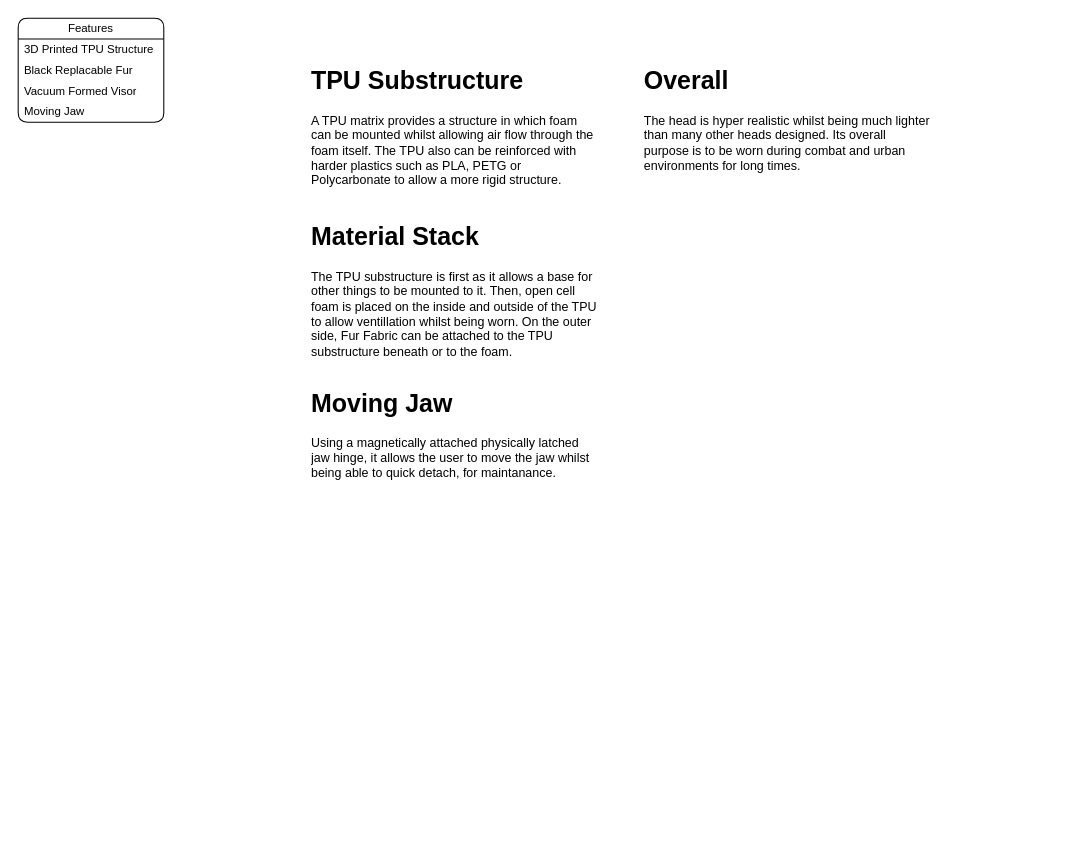
Cyberspecies/Crow-Head keeps this draw.io diagram as page "Hardware" (3 of 6) of Documents/Diagram.drawio. Above is the earlier version. Source tidied: cells renumbered, new cells numbered last; positions are measured from the earlier drawing's top-left corner, leaving out a move shared by most shapes. Both pictures are drawn from the tidied source at 104%, with x=0, y=0 at pixel (18, 18).
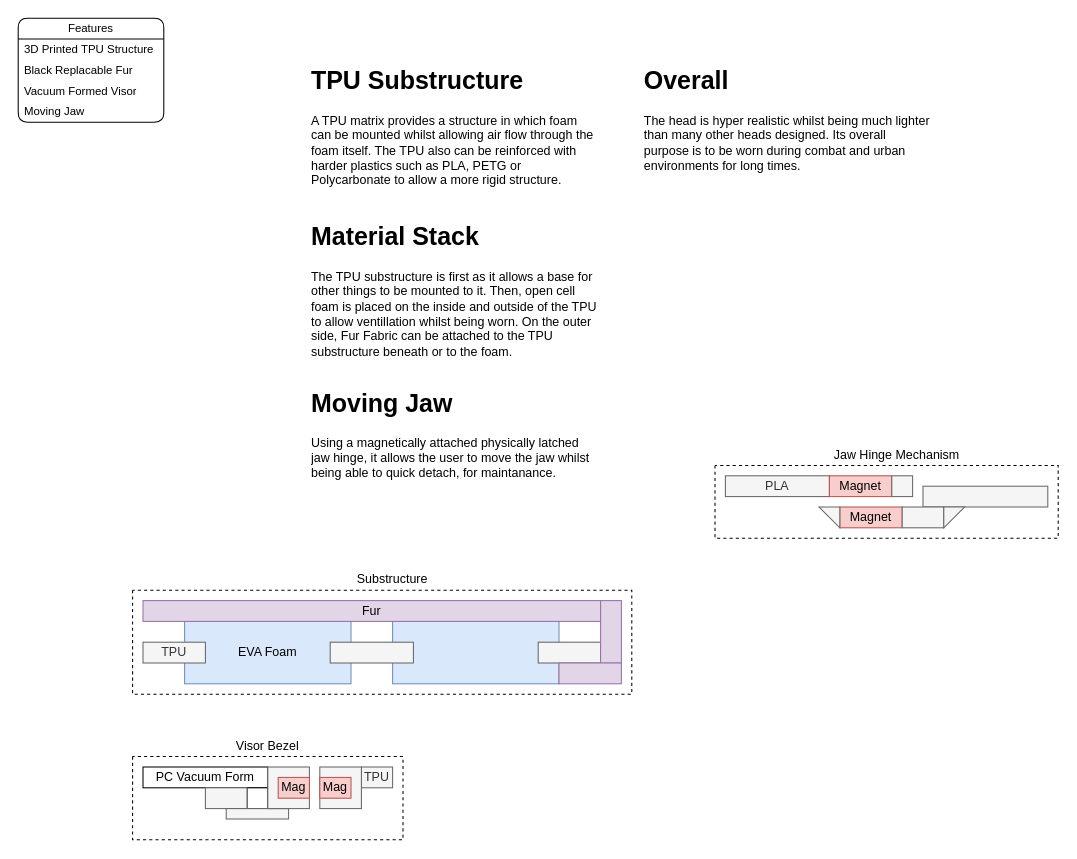
After the change.

Commit message:
Added diagram representations of hardware features

What changed in the source:
```diff
@@
+    <mxCell id="11" style="rounded=0;whiteSpace=wrap;html=1;fillColor=#dae8fc;strokeColor=#6c8ebf;" parent="1" vertex="1">
+      <mxGeometry x="360" y="580" width="160" height="60" as="geometry" />
+    </mxCell>
+    <mxCell id="12" value="EVA Foam" style="rounded=0;whiteSpace=wrap;html=1;fillColor=#dae8fc;strokeColor=#6c8ebf;" parent="1" vertex="1">
+      <mxGeometry x="160" y="580" width="160" height="60" as="geometry" />
+    </mxCell>
@@
+    <mxCell id="13" value="TPU" style="rounded=0;whiteSpace=wrap;html=1;fillColor=#f5f5f5;fontColor=#333333;strokeColor=#666666;" parent="1" vertex="1">
+      <mxGeometry x="120" y="600" width="60" height="20" as="geometry" />
+    </mxCell>
+    <mxCell id="14" style="rounded=0;whiteSpace=wrap;html=1;fillColor=#f5f5f5;fontColor=#333333;strokeColor=#666666;" parent="1" vertex="1">
+      <mxGeometry x="300" y="600" width="80" height="20" as="geometry" />
+    </mxCell>
+    <mxCell id="15" style="rounded=0;whiteSpace=wrap;html=1;fillColor=#f5f5f5;fontColor=#333333;strokeColor=#666666;" parent="1" vertex="1">
+      <mxGeometry x="500" y="600" width="60" height="20" as="geometry" />
+    </mxCell>
+    <mxCell id="16" value="Substructure" style="text;html=1;align=center;verticalAlign=middle;whiteSpace=wrap;rounded=0;" parent="1" vertex="1">
+      <mxGeometry x="320" y="530" width="80" height="20" as="geometry" />
+    </mxCell>
+    <mxCell id="17" value="Fur" style="rounded=0;whiteSpace=wrap;html=1;fillColor=#e1d5e7;strokeColor=#9673a6;" parent="1" vertex="1">
+      <mxGeometry x="120" y="560" width="440" height="20" as="geometry" />
+    </mxCell>
+    <mxCell id="18" value="TPU" style="rounded=0;whiteSpace=wrap;html=1;fillColor=#f5f5f5;fontColor=#333333;strokeColor=#666666;" parent="1" vertex="1">
+      <mxGeometry x="330" y="720" width="30" height="20" as="geometry" />
+    </mxCell>
+    <mxCell id="19" value="PC Vacuum Form" style="rounded=0;whiteSpace=wrap;html=1;" parent="1" vertex="1">
+      <mxGeometry x="120" y="720" width="120" height="20" as="geometry" />
+    </mxCell>
+    <mxCell id="20" style="rounded=0;whiteSpace=wrap;html=1;" parent="1" vertex="1">
+      <mxGeometry x="220" y="740" width="20" height="20" as="geometry" />
+    </mxCell>
+    <mxCell id="21" style="rounded=0;whiteSpace=wrap;html=1;fillColor=#e1d5e7;strokeColor=#9673a6;" parent="1" vertex="1">
+      <mxGeometry x="560" y="560" width="20" height="60" as="geometry" />
+    </mxCell>
+    <mxCell id="22" style="rounded=0;whiteSpace=wrap;html=1;fillColor=#e1d5e7;strokeColor=#9673a6;" parent="1" vertex="1">
+      <mxGeometry x="520" y="620" width="60" height="20" as="geometry" />
+    </mxCell>
+    <mxCell id="23" value="PLA" style="rounded=0;whiteSpace=wrap;html=1;fillColor=#f5f5f5;fontColor=#333333;strokeColor=#666666;" parent="1" vertex="1">
+      <mxGeometry x="680" y="440" width="100" height="20" as="geometry" />
+    </mxCell>
+    <mxCell id="24" value="Magnet" style="rounded=0;whiteSpace=wrap;html=1;fillColor=#f8cecc;strokeColor=#b85450;" parent="1" vertex="1">
+      <mxGeometry x="780" y="440" width="60" height="20" as="geometry" />
+    </mxCell>
+    <mxCell id="25" style="rounded=0;whiteSpace=wrap;html=1;fillColor=#f5f5f5;fontColor=#333333;strokeColor=#666666;" parent="1" vertex="1">
+      <mxGeometry x="840" y="440" width="20" height="20" as="geometry" />
+    </mxCell>
+    <mxCell id="26" style="rounded=0;whiteSpace=wrap;html=1;fillColor=#f5f5f5;fontColor=#333333;strokeColor=#666666;" parent="1" vertex="1">
+      <mxGeometry x="870" y="450" width="120" height="20" as="geometry" />
+    </mxCell>
+    <mxCell id="27" value="Magnet" style="rounded=0;whiteSpace=wrap;html=1;fillColor=#f8cecc;strokeColor=#b85450;" parent="1" vertex="1">
+      <mxGeometry x="790" y="470" width="60" height="20" as="geometry" />
+    </mxCell>
+    <mxCell id="28" style="rounded=0;whiteSpace=wrap;html=1;fillColor=#f5f5f5;fontColor=#333333;strokeColor=#666666;" parent="1" vertex="1">
+      <mxGeometry x="850" y="470" width="40" height="20" as="geometry" />
+    </mxCell>
+    <mxCell id="29" style="shape=card;whiteSpace=wrap;html=1;direction=north;size=20;fillColor=#f5f5f5;fontColor=#333333;strokeColor=#666666;" parent="1" vertex="1">
+      <mxGeometry x="770" y="470" width="20" height="20" as="geometry" />
+    </mxCell>
+    <mxCell id="30" style="shape=card;whiteSpace=wrap;html=1;direction=west;size=20;fillColor=#f5f5f5;fontColor=#333333;strokeColor=#666666;" parent="1" vertex="1">
+      <mxGeometry x="890" y="470" width="20" height="20" as="geometry" />
+    </mxCell>
+    <mxCell id="31" style="endArrow=none;dashed=1;html=1;rounded=0;" parent="1" edge="1">
+      <mxGeometry relative="1" as="geometry">
+        <mxPoint x="670" y="430" as="sourcePoint" />
+        <mxPoint x="670" y="430" as="targetPoint" />
+        <Array as="points">
+          <mxPoint x="670" y="500" />
+          <mxPoint x="1000" y="500" />
+          <mxPoint x="1000" y="430" />
+        </Array>
+      </mxGeometry>
+    </mxCell>
+    <mxCell id="32" value="Jaw Hinge Mechanism" style="text;html=1;align=center;verticalAlign=middle;whiteSpace=wrap;rounded=0;" parent="1" vertex="1">
+      <mxGeometry x="780" y="410" width="130" height="20" as="geometry" />
+    </mxCell>
+    <mxCell id="33" style="endArrow=none;dashed=1;html=1;rounded=0;" parent="1" edge="1">
+      <mxGeometry relative="1" as="geometry">
+        <mxPoint x="110" y="550" as="sourcePoint" />
+        <mxPoint x="110" y="550" as="targetPoint" />
+        <Array as="points">
+          <mxPoint x="110" y="650" />
+          <mxPoint x="590" y="650" />
+          <mxPoint x="590" y="550" />
+        </Array>
+      </mxGeometry>
+    </mxCell>
+    <mxCell id="34" style="endArrow=none;dashed=1;html=1;rounded=0;" parent="1" edge="1">
+      <mxGeometry relative="1" as="geometry">
+        <mxPoint x="110" y="710" as="sourcePoint" />
+        <mxPoint x="110" y="710" as="targetPoint" />
+        <Array as="points">
+          <mxPoint x="110" y="790" />
+          <mxPoint x="370" y="790" />
+          <mxPoint x="370" y="710" />
+        </Array>
+      </mxGeometry>
+    </mxCell>
+    <mxCell id="35" value="Visor Bezel" style="text;html=1;align=center;verticalAlign=middle;whiteSpace=wrap;rounded=0;" parent="1" vertex="1">
+      <mxGeometry x="200" y="690" width="80" height="20" as="geometry" />
+    </mxCell>
+    <mxCell id="36" style="rounded=0;whiteSpace=wrap;html=1;fillColor=#f5f5f5;fontColor=#333333;strokeColor=#666666;" parent="1" vertex="1">
+      <mxGeometry x="180" y="740" width="40" height="20" as="geometry" />
+    </mxCell>
+    <mxCell id="37" style="rounded=0;whiteSpace=wrap;html=1;fillColor=#f5f5f5;fontColor=#333333;strokeColor=#666666;" parent="1" vertex="1">
+      <mxGeometry x="200" y="760" width="60" height="10" as="geometry" />
+    </mxCell>
+    <mxCell id="38" style="rounded=0;whiteSpace=wrap;html=1;fillColor=#f5f5f5;fontColor=#333333;strokeColor=#666666;" parent="1" vertex="1">
+      <mxGeometry x="240" y="720" width="40" height="40" as="geometry" />
+    </mxCell>
+    <mxCell id="39" value="Mag" style="rounded=0;whiteSpace=wrap;html=1;fillColor=#f8cecc;strokeColor=#b85450;" parent="1" vertex="1">
+      <mxGeometry x="250" y="730" width="30" height="20" as="geometry" />
+    </mxCell>
+    <mxCell id="40" style="rounded=0;whiteSpace=wrap;html=1;fillColor=#f5f5f5;fontColor=#333333;strokeColor=#666666;" parent="1" vertex="1">
+      <mxGeometry x="290" y="720" width="40" height="40" as="geometry" />
+    </mxCell>
+    <mxCell id="41" value="Mag" style="rounded=0;whiteSpace=wrap;html=1;fillColor=#f8cecc;strokeColor=#b85450;" parent="1" vertex="1">
+      <mxGeometry x="290" y="730" width="30" height="20" as="geometry" />
+    </mxCell>
```
